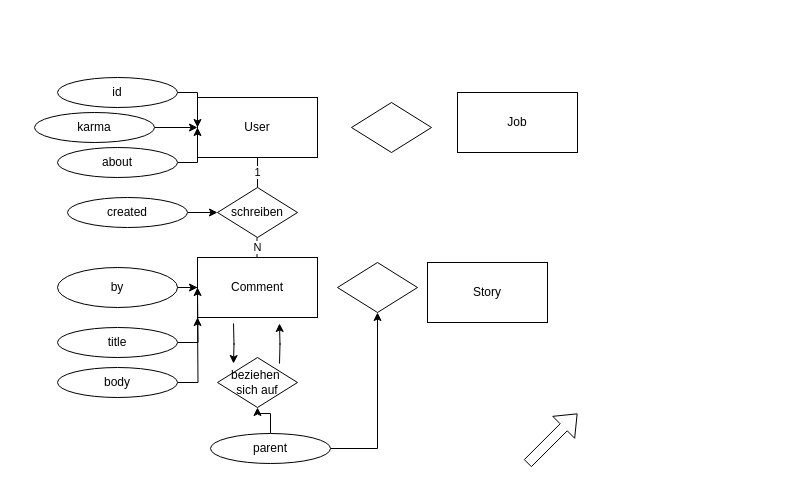
This is aufgabe03/E-R-Diagramm.drawio from contraintuitiv/datenbanksysteme, a draw.io file, before an edit. Source tidied: cells renumbered, new cells numbered last; positions are measured from the earlier drawing's top-left corner, leaving out a move shared by most shapes. Both pictures are drawn from the tidied source at 100%, with x=0, y=0 at pixel (34, 77).
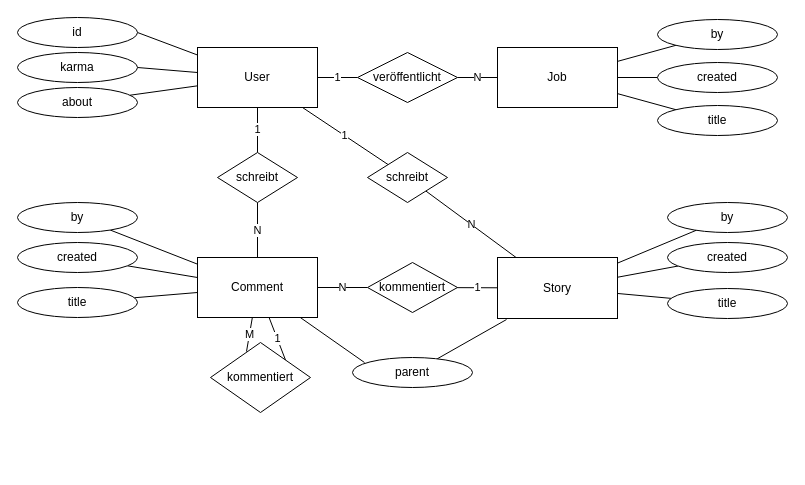
The same page after the edit.

Unchanged cells that the change refers to:
```xml
<mxCell id="4" value="Comment" style="rounded=0;whiteSpace=wrap;html=1;" parent="1" vertex="1">
  <mxGeometry x="163" y="180" width="120" height="60" as="geometry" />
</mxCell>
```

The edit, as a diff of the source:
```diff
@@
+    <mxCell id="32" style="edgeStyle=none;shape=connector;rounded=0;jettySize=auto;html=1;strokeColor=default;align=center;verticalAlign=middle;fontFamily=Helvetica;fontSize=11;fontColor=default;labelBackgroundColor=default;endArrow=none;endFill=0;" parent="1" edge="1" source="2" target="25">
+      <mxGeometry relative="1" as="geometry" />
+    </mxCell>
+    <mxCell id="33" value="1" style="edgeStyle=none;shape=connector;rounded=0;jettySize=auto;html=1;strokeColor=default;align=center;verticalAlign=middle;fontFamily=Helvetica;fontSize=11;fontColor=default;labelBackgroundColor=default;endArrow=none;endFill=0;" parent="1" edge="1" source="2" target="30">
+      <mxGeometry relative="1" as="geometry" />
+    </mxCell>
+    <mxCell id="34" value="1" style="edgeStyle=none;shape=connector;rounded=0;jettySize=auto;html=1;strokeColor=default;align=center;verticalAlign=middle;fontFamily=Helvetica;fontSize=11;fontColor=default;labelBackgroundColor=default;endArrow=none;endFill=0;" parent="1" edge="1" source="2" target="53">
+      <mxGeometry relative="1" as="geometry" />
+    </mxCell>
     <mxCell id="2" value="User" style="rounded=0;whiteSpace=wrap;html=1;" parent="1" vertex="1">
-      <mxGeometry x="163" y="20" width="120" height="60" as="geometry" />
+      <mxGeometry x="163" y="-30" width="120" height="60" as="geometry" />
     </mxCell>
-    <mxCell id="3" style="edgeStyle=orthogonalEdgeStyle;rounded=0;orthogonalLoop=1;jettySize=auto;html=1;" parent="1" edge="1">
-      <mxGeometry relative="1" as="geometry">
-        <mxPoint x="199" y="246" as="sourcePoint" />
-        <mxPoint x="199" y="286" as="targetPoint" />
-      </mxGeometry>
-    </mxCell>
+    <mxCell id="35" value="M" style="edgeStyle=none;shape=connector;rounded=0;jettySize=auto;html=1;strokeColor=default;align=center;verticalAlign=middle;fontFamily=Helvetica;fontSize=11;fontColor=default;labelBackgroundColor=default;endArrow=none;endFill=0;entryX=0.36;entryY=0.129;entryDx=0;entryDy=0;entryPerimeter=0;" parent="1" edge="1" source="4" target="15">
+      <mxGeometry relative="1" as="geometry" />
+    </mxCell>
+    <mxCell id="36" style="edgeStyle=none;shape=connector;rounded=0;jettySize=auto;html=1;strokeColor=default;align=center;verticalAlign=middle;fontFamily=Helvetica;fontSize=11;fontColor=default;labelBackgroundColor=default;endArrow=none;endFill=0;entryX=0.1;entryY=0.167;entryDx=0;entryDy=0;entryPerimeter=0;" parent="1" edge="1" source="4" target="29">
+      <mxGeometry relative="1" as="geometry" />
+    </mxCell>
+    <mxCell id="37" value="&lt;div&gt;N&lt;/div&gt;" style="edgeStyle=none;shape=connector;rounded=0;jettySize=auto;html=1;strokeColor=default;align=center;verticalAlign=middle;fontFamily=Helvetica;fontSize=11;fontColor=default;labelBackgroundColor=default;endArrow=none;endFill=0;" parent="1" edge="1" source="4" target="26">
+      <mxGeometry relative="1" as="geometry" />
+    </mxCell>
@@
+    <mxCell id="38" value="1" style="edgeStyle=none;shape=connector;rounded=0;jettySize=auto;html=1;strokeColor=default;align=center;verticalAlign=middle;fontFamily=Helvetica;fontSize=11;fontColor=default;labelBackgroundColor=default;endArrow=none;endFill=0;" parent="1" edge="1" source="5" target="2">
+      <mxGeometry relative="1" as="geometry" />
+    </mxCell>
+    <mxCell id="39" value="N" style="edgeStyle=none;shape=connector;rounded=0;jettySize=auto;html=1;strokeColor=default;align=center;verticalAlign=middle;fontFamily=Helvetica;fontSize=11;fontColor=default;labelBackgroundColor=default;endArrow=none;endFill=0;" parent="1" edge="1" source="5" target="4">
+      <mxGeometry relative="1" as="geometry" />
+    </mxCell>
-    <mxCell id="5" value="schreiben" style="rhombus;whiteSpace=wrap;html=1;" parent="1" vertex="1">
-      <mxGeometry x="183" y="110" width="80" height="50" as="geometry" />
+    <mxCell id="5" value="schreibt" style="rhombus;whiteSpace=wrap;html=1;" parent="1" vertex="1">
+      <mxGeometry x="183" y="75" width="80" height="50" as="geometry" />
     </mxCell>
-    <mxCell id="6" value="1" style="endArrow=none;html=1;rounded=0;exitX=0.5;exitY=1;exitDx=0;exitDy=0;entryX=0.5;entryY=0;entryDx=0;entryDy=0;" parent="1" edge="1" source="2" target="5">
-      <mxGeometry relative="1" as="geometry" />
-    </mxCell>
-    <mxCell id="7" value="N" style="endArrow=none;html=1;rounded=0;exitX=0.5;exitY=1;exitDx=0;exitDy=0;entryX=0.5;entryY=0;entryDx=0;entryDy=0;" parent="1" edge="1">
-      <mxGeometry relative="1" as="geometry">
-        <mxPoint x="222.5" y="160" as="sourcePoint" />
-        <mxPoint x="222.5" y="180" as="targetPoint" />
-      </mxGeometry>
-    </mxCell>
     <mxCell id="8" value="Job" style="rounded=0;whiteSpace=wrap;html=1;" parent="1" vertex="1">
-      <mxGeometry x="423" y="15" width="120" height="60" as="geometry" />
+      <mxGeometry x="463" y="-30" width="120" height="60" as="geometry" />
     </mxCell>
+    <mxCell id="40" value="N" style="edgeStyle=none;shape=connector;rounded=0;jettySize=auto;html=1;strokeColor=default;align=center;verticalAlign=middle;fontFamily=Helvetica;fontSize=11;fontColor=default;labelBackgroundColor=default;endArrow=none;endFill=0;" parent="1" edge="1" source="9" target="30">
+      <mxGeometry relative="1" as="geometry" />
+    </mxCell>
     <mxCell id="9" value="Story" style="rounded=0;whiteSpace=wrap;html=1;" parent="1" vertex="1">
-      <mxGeometry x="393" y="185" width="120" height="60" as="geometry" />
+      <mxGeometry x="463" y="180" width="120" height="61" as="geometry" />
     </mxCell>
-    <mxCell id="10" style="edgeStyle=orthogonalEdgeStyle;rounded=0;jettySize=auto;html=1;" parent="1" edge="1" source="11" target="4">
+    <mxCell id="10" style="edgeStyle=none;shape=connector;rounded=0;jettySize=auto;html=1;strokeColor=default;align=center;verticalAlign=middle;fontFamily=Helvetica;fontSize=11;fontColor=default;labelBackgroundColor=default;endArrow=none;endFill=0;" parent="1" edge="1" source="11" target="4">
       <mxGeometry relative="1" as="geometry" />
     </mxCell>
     <mxCell id="11" value="by" style="ellipse;whiteSpace=wrap;html=1;" parent="1" vertex="1">
-      <mxGeometry x="23" y="190" width="120" height="40" as="geometry" />
+      <mxGeometry x="-17" y="125" width="120" height="30" as="geometry" />
     </mxCell>
-    <mxCell id="12" style="edgeStyle=orthogonalEdgeStyle;rounded=0;jettySize=auto;html=1;" parent="1" edge="1" source="13" target="2">
+    <mxCell id="12" style="rounded=0;jettySize=auto;html=1;endArrow=none;endFill=0;exitX=1;exitY=0.5;exitDx=0;exitDy=0;" parent="1" edge="1" source="13" target="2">
       <mxGeometry relative="1" as="geometry" />
     </mxCell>
     <mxCell id="13" value="id" style="ellipse;whiteSpace=wrap;html=1;" parent="1" vertex="1">
-      <mxGeometry x="23" width="120" height="30" as="geometry" />
+      <mxGeometry x="-17" y="-60" width="120" height="30" as="geometry" />
     </mxCell>
-    <mxCell id="14" style="edgeStyle=orthogonalEdgeStyle;rounded=0;orthogonalLoop=1;jettySize=auto;html=1;" parent="1" edge="1">
-      <mxGeometry relative="1" as="geometry">
-        <mxPoint x="245" y="286" as="sourcePoint" />
-        <mxPoint x="245" y="246" as="targetPoint" />
-      </mxGeometry>
-    </mxCell>
+    <mxCell id="41" value="1" style="edgeStyle=none;shape=connector;rounded=0;jettySize=auto;html=1;strokeColor=default;align=center;verticalAlign=middle;fontFamily=Helvetica;fontSize=11;fontColor=default;labelBackgroundColor=default;endArrow=none;endFill=0;exitX=1;exitY=0;exitDx=0;exitDy=0;" parent="1" edge="1" source="15" target="4">
+      <mxGeometry relative="1" as="geometry" />
+    </mxCell>
-    <mxCell id="15" value="&lt;div&gt;beziehen&amp;nbsp;&lt;/div&gt;&lt;div&gt;sich auf&lt;/div&gt;" style="rhombus;whiteSpace=wrap;html=1;" parent="1" vertex="1">
-      <mxGeometry x="183" y="280" width="80" height="50" as="geometry" />
+    <mxCell id="15" value="kommentiert" style="rhombus;whiteSpace=wrap;html=1;" parent="1" vertex="1">
+      <mxGeometry x="176" y="265" width="100" height="70" as="geometry" />
     </mxCell>
-    <mxCell id="16" style="edgeStyle=orthogonalEdgeStyle;rounded=0;jettySize=auto;html=1;" parent="1" edge="1" source="17" target="5">
-      <mxGeometry relative="1" as="geometry" />
-    </mxCell>
+    <mxCell id="42" style="edgeStyle=none;shape=connector;rounded=0;jettySize=auto;html=1;strokeColor=default;align=center;verticalAlign=middle;fontFamily=Helvetica;fontSize=11;fontColor=default;labelBackgroundColor=default;endArrow=none;endFill=0;" parent="1" edge="1" source="17" target="4">
+      <mxGeometry relative="1" as="geometry" />
+    </mxCell>
     <mxCell id="17" value="created" style="ellipse;whiteSpace=wrap;html=1;" parent="1" vertex="1">
-      <mxGeometry x="33" y="120" width="120" height="30" as="geometry" />
+      <mxGeometry x="-17" y="165" width="120" height="30" as="geometry" />
     </mxCell>
-    <mxCell id="18" style="edgeStyle=orthogonalEdgeStyle;rounded=0;jettySize=auto;html=1;" parent="1" edge="1" source="19">
-      <mxGeometry relative="1" as="geometry">
-        <mxPoint x="163" y="210" as="targetPoint" />
-      </mxGeometry>
-    </mxCell>
+    <mxCell id="43" style="edgeStyle=none;shape=connector;rounded=0;jettySize=auto;html=1;strokeColor=default;align=center;verticalAlign=middle;fontFamily=Helvetica;fontSize=11;fontColor=default;labelBackgroundColor=default;endArrow=none;endFill=0;" parent="1" edge="1" source="19" target="4">
+      <mxGeometry relative="1" as="geometry" />
+    </mxCell>
     <mxCell id="19" value="&lt;div&gt;title&lt;/div&gt;" style="ellipse;whiteSpace=wrap;html=1;" parent="1" vertex="1">
-      <mxGeometry x="23" y="250" width="120" height="30" as="geometry" />
+      <mxGeometry x="-17" y="210" width="120" height="30" as="geometry" />
     </mxCell>
-    <mxCell id="20" style="edgeStyle=orthogonalEdgeStyle;rounded=0;jettySize=auto;html=1;" parent="1" edge="1" source="21">
-      <mxGeometry relative="1" as="geometry">
-        <mxPoint x="163" y="240" as="targetPoint" />
-      </mxGeometry>
-    </mxCell>
-    <mxCell id="21" value="&lt;div&gt;body&lt;/div&gt;" style="ellipse;whiteSpace=wrap;html=1;" parent="1" vertex="1">
-      <mxGeometry x="23" y="290" width="120" height="30" as="geometry" />
-    </mxCell>
-    <mxCell id="22" style="edgeStyle=orthogonalEdgeStyle;rounded=0;jettySize=auto;html=1;" parent="1" edge="1" source="23" target="2">
+    <mxCell id="22" style="rounded=0;jettySize=auto;html=1;endArrow=none;endFill=0;exitX=1;exitY=0.5;exitDx=0;exitDy=0;" parent="1" edge="1" source="23" target="2">
       <mxGeometry relative="1" as="geometry" />
     </mxCell>
     <mxCell id="23" value="&lt;div&gt;karma&lt;/div&gt;" style="ellipse;whiteSpace=wrap;html=1;" parent="1" vertex="1">
-      <mxGeometry y="35" width="120" height="30" as="geometry" />
+      <mxGeometry x="-17" y="-25" width="120" height="30" as="geometry" />
     </mxCell>
-    <mxCell id="24" style="edgeStyle=orthogonalEdgeStyle;rounded=0;jettySize=auto;html=1;entryX=0;entryY=0.5;entryDx=0;entryDy=0;" parent="1" edge="1" source="25" target="2">
-      <mxGeometry relative="1" as="geometry" />
-    </mxCell>
     <mxCell id="25" value="&lt;div&gt;about&lt;/div&gt;" style="ellipse;whiteSpace=wrap;html=1;" parent="1" vertex="1">
-      <mxGeometry x="23" y="70" width="120" height="30" as="geometry" />
+      <mxGeometry x="-17" y="10" width="120" height="30" as="geometry" />
     </mxCell>
+    <mxCell id="44" value="1" style="edgeStyle=none;shape=connector;rounded=0;jettySize=auto;html=1;strokeColor=default;align=center;verticalAlign=middle;fontFamily=Helvetica;fontSize=11;fontColor=default;labelBackgroundColor=default;endArrow=none;endFill=0;" parent="1" edge="1" source="26" target="9">
+      <mxGeometry relative="1" as="geometry" />
+    </mxCell>
-    <mxCell id="26" style="rhombus;whiteSpace=wrap;html=1;" parent="1" vertex="1">
-      <mxGeometry x="303" y="185" width="80" height="50" as="geometry" />
+    <mxCell id="26" value="kommentiert" style="rhombus;whiteSpace=wrap;html=1;" parent="1" vertex="1">
+      <mxGeometry x="333" y="185" width="90" height="50" as="geometry" />
     </mxCell>
-    <mxCell id="27" style="edgeStyle=orthogonalEdgeStyle;rounded=0;jettySize=auto;html=1;" parent="1" edge="1" source="29" target="15">
-      <mxGeometry relative="1" as="geometry" />
-    </mxCell>
-    <mxCell id="28" style="edgeStyle=orthogonalEdgeStyle;rounded=0;jettySize=auto;html=1;entryX=0.5;entryY=1;entryDx=0;entryDy=0;" parent="1" edge="1" source="29" target="26">
-      <mxGeometry relative="1" as="geometry" />
-    </mxCell>
+    <mxCell id="45" style="edgeStyle=none;shape=connector;rounded=0;jettySize=auto;html=1;strokeColor=default;align=center;verticalAlign=middle;fontFamily=Helvetica;fontSize=11;fontColor=default;labelBackgroundColor=default;endArrow=none;endFill=0;entryX=0.075;entryY=1.017;entryDx=0;entryDy=0;entryPerimeter=0;" parent="1" edge="1" source="29" target="9">
+      <mxGeometry relative="1" as="geometry" />
+    </mxCell>
     <mxCell id="29" value="parent" style="ellipse;whiteSpace=wrap;html=1;" parent="1" vertex="1">
-      <mxGeometry x="176" y="356" width="120" height="30" as="geometry" />
+      <mxGeometry x="318" y="280" width="120" height="30" as="geometry" />
     </mxCell>
-    <mxCell id="30" style="rhombus;whiteSpace=wrap;html=1;" parent="1" vertex="1">
-      <mxGeometry x="317" y="25" width="80" height="50" as="geometry" />
+    <mxCell id="30" value="schreibt" style="rhombus;whiteSpace=wrap;html=1;" parent="1" vertex="1">
+      <mxGeometry x="333" y="75" width="80" height="50" as="geometry" />
     </mxCell>
-    <mxCell id="31" style="shape=flexArrow;endArrow=classic;html=1;rounded=0;" parent="1" edge="1">
-      <mxGeometry relative="1" as="geometry">
-        <mxPoint x="493" y="386" as="sourcePoint" />
-        <mxPoint x="543" y="336" as="targetPoint" />
-      </mxGeometry>
-    </mxCell>
+    <mxCell id="46" style="edgeStyle=none;shape=connector;rounded=0;jettySize=auto;html=1;strokeColor=default;align=center;verticalAlign=middle;fontFamily=Helvetica;fontSize=11;fontColor=default;labelBackgroundColor=default;endArrow=none;endFill=0;" parent="1" edge="1" source="47" target="9">
+      <mxGeometry relative="1" as="geometry" />
+    </mxCell>
+    <mxCell id="47" value="by" style="ellipse;whiteSpace=wrap;html=1;" parent="1" vertex="1">
+      <mxGeometry x="633" y="125" width="120" height="30" as="geometry" />
+    </mxCell>
+    <mxCell id="48" style="edgeStyle=none;shape=connector;rounded=0;jettySize=auto;html=1;strokeColor=default;align=center;verticalAlign=middle;fontFamily=Helvetica;fontSize=11;fontColor=default;labelBackgroundColor=default;endArrow=none;endFill=0;" parent="1" edge="1" source="49" target="9">
+      <mxGeometry relative="1" as="geometry" />
+    </mxCell>
+    <mxCell id="49" value="created" style="ellipse;whiteSpace=wrap;html=1;" parent="1" vertex="1">
+      <mxGeometry x="633" y="165" width="120" height="30" as="geometry" />
+    </mxCell>
+    <mxCell id="50" style="edgeStyle=none;shape=connector;rounded=0;jettySize=auto;html=1;strokeColor=default;align=center;verticalAlign=middle;fontFamily=Helvetica;fontSize=11;fontColor=default;labelBackgroundColor=default;endArrow=none;endFill=0;" parent="1" edge="1" source="51" target="9">
+      <mxGeometry relative="1" as="geometry" />
+    </mxCell>
+    <mxCell id="51" value="&lt;div&gt;title&lt;/div&gt;" style="ellipse;whiteSpace=wrap;html=1;" parent="1" vertex="1">
+      <mxGeometry x="633" y="211" width="120" height="30" as="geometry" />
+    </mxCell>
+    <mxCell id="52" value="N" style="edgeStyle=none;shape=connector;rounded=0;jettySize=auto;html=1;strokeColor=default;align=center;verticalAlign=middle;fontFamily=Helvetica;fontSize=11;fontColor=default;labelBackgroundColor=default;endArrow=none;endFill=0;" parent="1" edge="1" source="53" target="8">
+      <mxGeometry relative="1" as="geometry" />
+    </mxCell>
+    <mxCell id="53" value="veröffentlicht" style="rhombus;whiteSpace=wrap;html=1;" parent="1" vertex="1">
+      <mxGeometry x="323" y="-25" width="100" height="50" as="geometry" />
+    </mxCell>
+    <mxCell id="54" style="edgeStyle=none;shape=connector;rounded=0;jettySize=auto;html=1;strokeColor=default;align=center;verticalAlign=middle;fontFamily=Helvetica;fontSize=11;fontColor=default;labelBackgroundColor=default;endArrow=none;endFill=0;" parent="1" edge="1" source="55" target="8">
+      <mxGeometry relative="1" as="geometry" />
+    </mxCell>
+    <mxCell id="55" value="by" style="ellipse;whiteSpace=wrap;html=1;" parent="1" vertex="1">
+      <mxGeometry x="623" y="-58" width="120" height="30" as="geometry" />
+    </mxCell>
+    <mxCell id="56" style="edgeStyle=none;shape=connector;rounded=0;jettySize=auto;html=1;strokeColor=default;align=center;verticalAlign=middle;fontFamily=Helvetica;fontSize=11;fontColor=default;labelBackgroundColor=default;endArrow=none;endFill=0;" parent="1" edge="1" source="57" target="8">
+      <mxGeometry relative="1" as="geometry" />
+    </mxCell>
+    <mxCell id="57" value="created" style="ellipse;whiteSpace=wrap;html=1;" parent="1" vertex="1">
+      <mxGeometry x="623" y="-15" width="120" height="30" as="geometry" />
+    </mxCell>
+    <mxCell id="58" style="edgeStyle=none;shape=connector;rounded=0;jettySize=auto;html=1;strokeColor=default;align=center;verticalAlign=middle;fontFamily=Helvetica;fontSize=11;fontColor=default;labelBackgroundColor=default;endArrow=none;endFill=0;" parent="1" edge="1" source="59" target="8">
+      <mxGeometry relative="1" as="geometry" />
+    </mxCell>
+    <mxCell id="59" value="&lt;div&gt;title&lt;/div&gt;" style="ellipse;whiteSpace=wrap;html=1;" parent="1" vertex="1">
+      <mxGeometry x="623" y="28" width="120" height="30" as="geometry" />
+    </mxCell>
```
